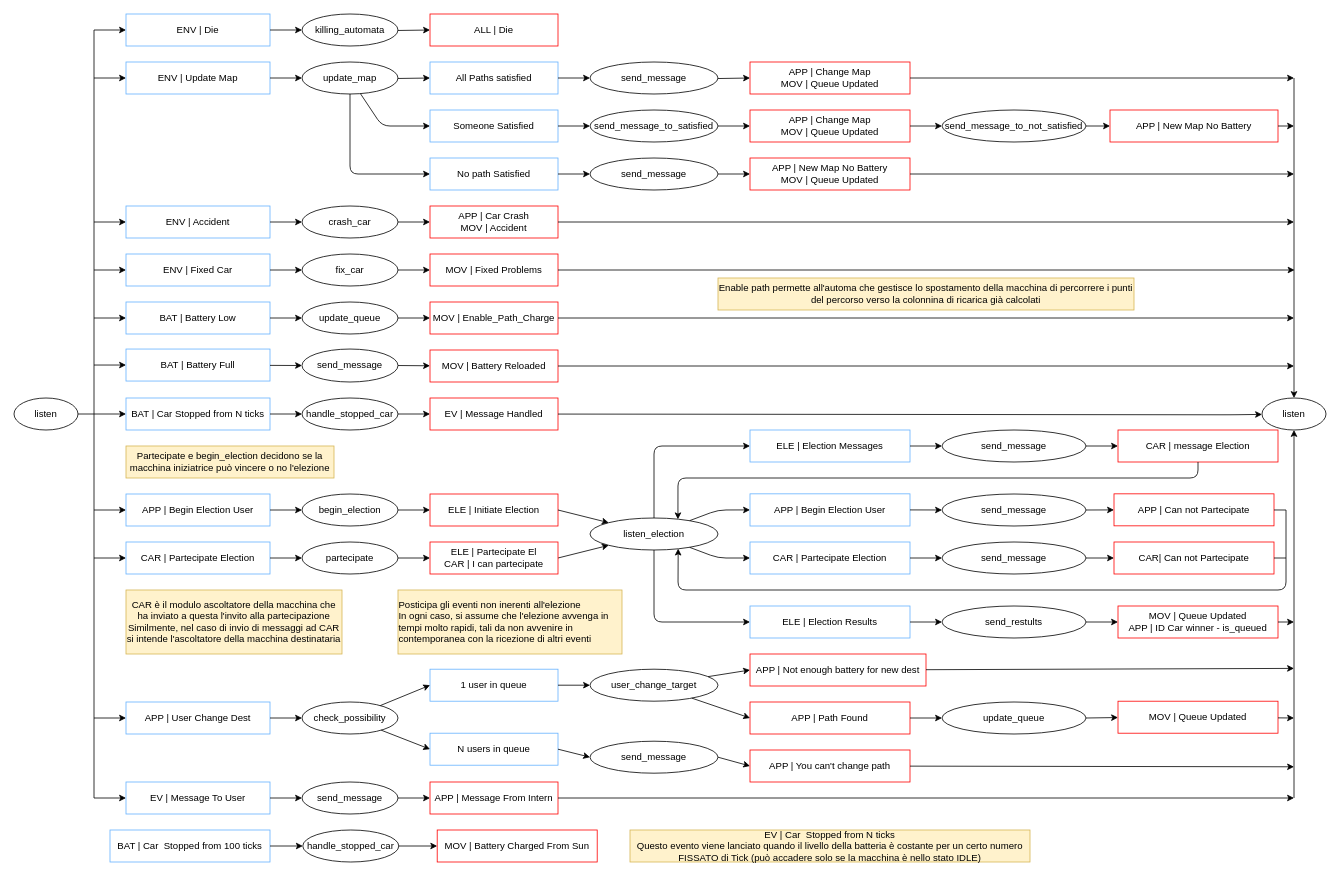
The draw.io diagram relazione/automa_macchina_ascoltatore.drawio in kraots94/Sistemi, before the edit. Source tidied: cells renumbered, new cells numbered last; positions are measured from the earlier drawing's top-left corner, leaving out a move shared by most shapes. Both pictures are drawn from the tidied source at 80%, with x=0, y=0 at pixel (14, 14).
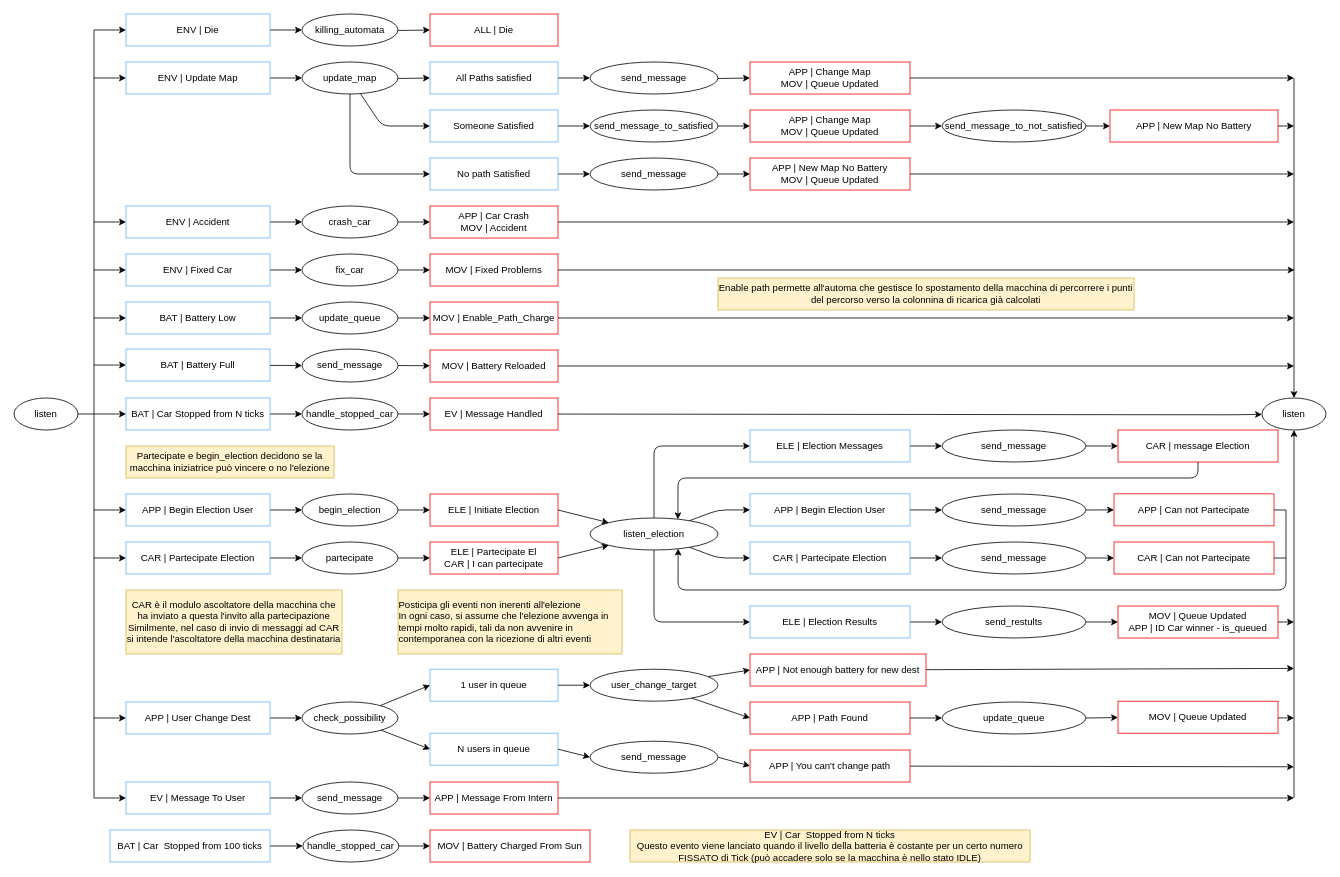
The same page after the edit.

Diff of the diagram source:
```diff
@@
-    <mxCell id="152" value="CAR| Can not Partecipate" style="rounded=0;whiteSpace=wrap;html=1;strokeColor=#FF0000;" parent="1" vertex="1">
+    <mxCell id="152" value="CAR | Can not Partecipate" style="rounded=0;whiteSpace=wrap;html=1;strokeColor=#FF0000;" parent="1" vertex="1">
       <mxGeometry x="1375" y="660" width="200" height="40" as="geometry" />
     </mxCell>
@@
     <mxCell id="160" value="MOV | Battery Charged From Sun" style="rounded=0;whiteSpace=wrap;html=1;strokeColor=#FF0000;fillColor=none;" parent="1" vertex="1">
-      <mxGeometry x="529" y="1020" width="200" height="40" as="geometry" />
+      <mxGeometry x="520" y="1020" width="200" height="40" as="geometry" />
     </mxCell>
```
